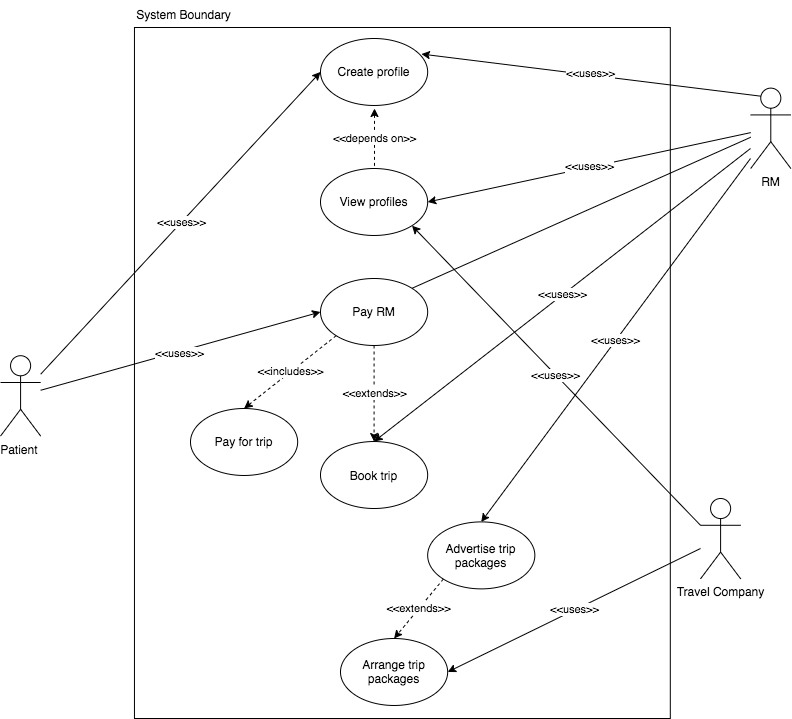
This is isdm use case.png from annabel13540846/ISDM-Assignment-2, a draw.io export, as it was before one commit. Source tidied: cells renumbered, new cells last; positions are measured from the earlier drawing's top-left corner, leaving out a move shared by most shapes. Its diagram source:
```xml
<mxGraphModel background="#ffffff">
  <root>
    <mxCell id="0" />
    <mxCell id="1" parent="0" />
    <mxCell id="2" style="rounded=0;whiteSpace=wrap;html=1;" parent="1" vertex="1">
      <mxGeometry x="134" y="27" width="535.9" height="691" as="geometry" />
    </mxCell>
    <mxCell id="3" value="System Boundary" style="text;html=1;strokeColor=none;fillColor=none;align=center;verticalAlign=middle;whiteSpace=wrap;rounded=0;" parent="1" vertex="1">
      <mxGeometry x="110" y="0.2" width="147.4" height="26.8" as="geometry" />
    </mxCell>
    <mxCell id="4" value="Patient&amp;nbsp;" style="shape=umlActor;verticalLabelPosition=bottom;labelBackgroundColor=#ffffff;verticalAlign=top;html=1;outlineConnect=0;" parent="1" vertex="1">
      <mxGeometry y="355.2" width="40.2" height="80.4" as="geometry" />
    </mxCell>
    <mxCell id="5" value="RM" style="shape=umlActor;verticalLabelPosition=bottom;labelBackgroundColor=#ffffff;verticalAlign=top;html=1;outlineConnect=0;" parent="1" vertex="1">
      <mxGeometry x="750.2" y="87.6" width="40.2" height="80.4" as="geometry" />
    </mxCell>
    <mxCell id="6" style="endArrow=classic;html=1;entryX=0;entryY=0.5;entryDx=0;entryDy=0;" parent="1" edge="1" source="4" target="10">
      <mxGeometry relative="1" as="geometry" />
    </mxCell>
    <mxCell id="7" value="&amp;lt;&amp;lt;uses&amp;gt;&amp;gt;" style="edgeLabel;html=1;align=center;verticalAlign=middle;" parent="6" vertex="1">
      <mxGeometry x="-0.02" y="-1" relative="1" as="geometry" />
    </mxCell>
    <mxCell id="8" value="View profiles" style="ellipse;whiteSpace=wrap;html=1;" parent="1" vertex="1">
      <mxGeometry x="320" y="168" width="107.2" height="67" as="geometry" />
    </mxCell>
    <mxCell id="9" value="Book trip" style="ellipse;whiteSpace=wrap;html=1;" parent="1" vertex="1">
      <mxGeometry x="320" y="441" width="107.2" height="67" as="geometry" />
    </mxCell>
    <mxCell id="10" value="Pay RM" style="ellipse;whiteSpace=wrap;html=1;" parent="1" vertex="1">
      <mxGeometry x="320" y="278" width="107.2" height="67" as="geometry" />
    </mxCell>
    <mxCell id="11" value="Create profile" style="ellipse;whiteSpace=wrap;html=1;" parent="1" vertex="1">
      <mxGeometry x="320" y="38" width="107.2" height="67" as="geometry" />
    </mxCell>
    <mxCell id="12" value="&amp;lt;&amp;lt;depends on&amp;gt;&amp;gt;" style="endArrow=none;dashed=1;html=1;endFill=0;startArrow=classic;startFill=1;" parent="1" edge="1">
      <mxGeometry relative="1" as="geometry">
        <mxPoint x="374" y="108" as="sourcePoint" />
        <mxPoint x="374" y="168" as="targetPoint" />
      </mxGeometry>
    </mxCell>
    <mxCell id="13" value="&amp;lt;&amp;lt;extends&amp;gt;&amp;gt;" style="endArrow=classic;dashed=1;html=1;exitX=0.5;exitY=1;exitDx=0;exitDy=0;entryX=0.5;entryY=0;entryDx=0;entryDy=0;startArrow=none;startFill=0;endFill=1;" parent="1" edge="1" source="10" target="9">
      <mxGeometry relative="1" as="geometry" />
    </mxCell>
    <mxCell id="14" value="&amp;lt;&amp;lt;uses&amp;gt;&amp;gt;" style="endArrow=classic;html=1;entryX=0;entryY=0.5;entryDx=0;entryDy=0;" parent="1" edge="1" source="4" target="11">
      <mxGeometry relative="1" as="geometry" />
    </mxCell>
    <mxCell id="15" style="endArrow=classic;html=1;entryX=1;entryY=0.5;entryDx=0;entryDy=0;" parent="1" edge="1" source="5" target="8">
      <mxGeometry relative="1" as="geometry" />
    </mxCell>
    <mxCell id="16" value="&amp;lt;&amp;lt;uses&amp;gt;&amp;gt;" style="edgeLabel;html=1;align=center;verticalAlign=middle;" parent="15" vertex="1">
      <mxGeometry x="0.01" y="-2" relative="1" as="geometry">
        <mxPoint x="1" as="offset" />
      </mxGeometry>
    </mxCell>
    <mxCell id="17" style="endArrow=none;html=1;entryX=1;entryY=0;entryDx=0;entryDy=0;endFill=0;" parent="1" edge="1" source="5" target="10">
      <mxGeometry relative="1" as="geometry" />
    </mxCell>
    <mxCell id="18" style="endArrow=classic;html=1;entryX=0.942;entryY=0.232;entryDx=0;entryDy=0;entryPerimeter=0;exitX=0.25;exitY=0.1;exitDx=0;exitDy=0;exitPerimeter=0;" parent="1" edge="1" source="5" target="11">
      <mxGeometry relative="1" as="geometry" />
    </mxCell>
    <mxCell id="19" value="&amp;lt;&amp;lt;uses&amp;gt;&amp;gt;" style="edgeLabel;html=1;align=center;verticalAlign=middle;" parent="18" vertex="1">
      <mxGeometry x="0.01" y="-2" relative="1" as="geometry">
        <mxPoint x="1" as="offset" />
      </mxGeometry>
    </mxCell>
    <mxCell id="20" value="Pay for trip" style="ellipse;whiteSpace=wrap;html=1;" parent="1" vertex="1">
      <mxGeometry x="190" y="408" width="107.2" height="67" as="geometry" />
    </mxCell>
    <mxCell id="21" value="&amp;lt;&amp;lt;includes&amp;gt;&amp;gt;" style="endArrow=classic;dashed=1;html=1;exitX=0;exitY=1;exitDx=0;exitDy=0;startArrow=none;startFill=0;endFill=1;entryX=0.5;entryY=0;entryDx=0;entryDy=0;" parent="1" edge="1" source="10" target="20">
      <mxGeometry relative="1" as="geometry" />
    </mxCell>
    <mxCell id="22" value="&amp;lt;&amp;lt;uses&amp;gt;&amp;gt;" style="endArrow=classic;html=1;entryX=0.5;entryY=0;entryDx=0;entryDy=0;" parent="1" edge="1" target="9">
      <mxGeometry relative="1" as="geometry">
        <mxPoint x="750" y="148" as="sourcePoint" />
      </mxGeometry>
    </mxCell>
    <mxCell id="23" value="Travel Company" style="shape=umlActor;verticalLabelPosition=bottom;labelBackgroundColor=#ffffff;verticalAlign=top;html=1;outlineConnect=0;" parent="1" vertex="1">
      <mxGeometry x="700" y="498" width="40.2" height="80.4" as="geometry" />
    </mxCell>
    <mxCell id="24" value="Arrange trip packages" style="ellipse;whiteSpace=wrap;html=1;" parent="1" vertex="1">
      <mxGeometry x="340" y="638" width="107.2" height="67" as="geometry" />
    </mxCell>
    <mxCell id="25" value="Advertise trip packages" style="ellipse;whiteSpace=wrap;html=1;" parent="1" vertex="1">
      <mxGeometry x="427.2" y="521.4" width="107.2" height="67" as="geometry" />
    </mxCell>
    <mxCell id="26" value="&amp;lt;&amp;lt;uses&amp;gt;&amp;gt;" style="endArrow=classic;html=1;entryX=0.5;entryY=0;entryDx=0;entryDy=0;" parent="1" edge="1" target="25">
      <mxGeometry relative="1" as="geometry">
        <mxPoint x="750" y="158" as="sourcePoint" />
      </mxGeometry>
    </mxCell>
    <mxCell id="27" value="&amp;lt;&amp;lt;extends&amp;gt;&amp;gt;" style="endArrow=classic;dashed=1;html=1;exitX=0;exitY=1;exitDx=0;exitDy=0;entryX=0.5;entryY=0;entryDx=0;entryDy=0;startArrow=none;startFill=0;endFill=1;" parent="1" edge="1" source="25" target="24">
      <mxGeometry relative="1" as="geometry" />
    </mxCell>
    <mxCell id="28" value="&amp;lt;&amp;lt;uses&amp;gt;&amp;gt;" style="endArrow=classic;html=1;entryX=1;entryY=0.5;entryDx=0;entryDy=0;" parent="1" edge="1" source="23" target="24">
      <mxGeometry relative="1" as="geometry" />
    </mxCell>
    <mxCell id="29" value="&amp;lt;&amp;lt;uses&amp;gt;&amp;gt;" style="endArrow=classic;html=1;entryX=1;entryY=1;entryDx=0;entryDy=0;exitX=0;exitY=0.3333333333333333;exitDx=0;exitDy=0;exitPerimeter=0;" parent="1" edge="1" source="23" target="8">
      <mxGeometry relative="1" as="geometry" />
    </mxCell>
  </root>
</mxGraphModel>
```
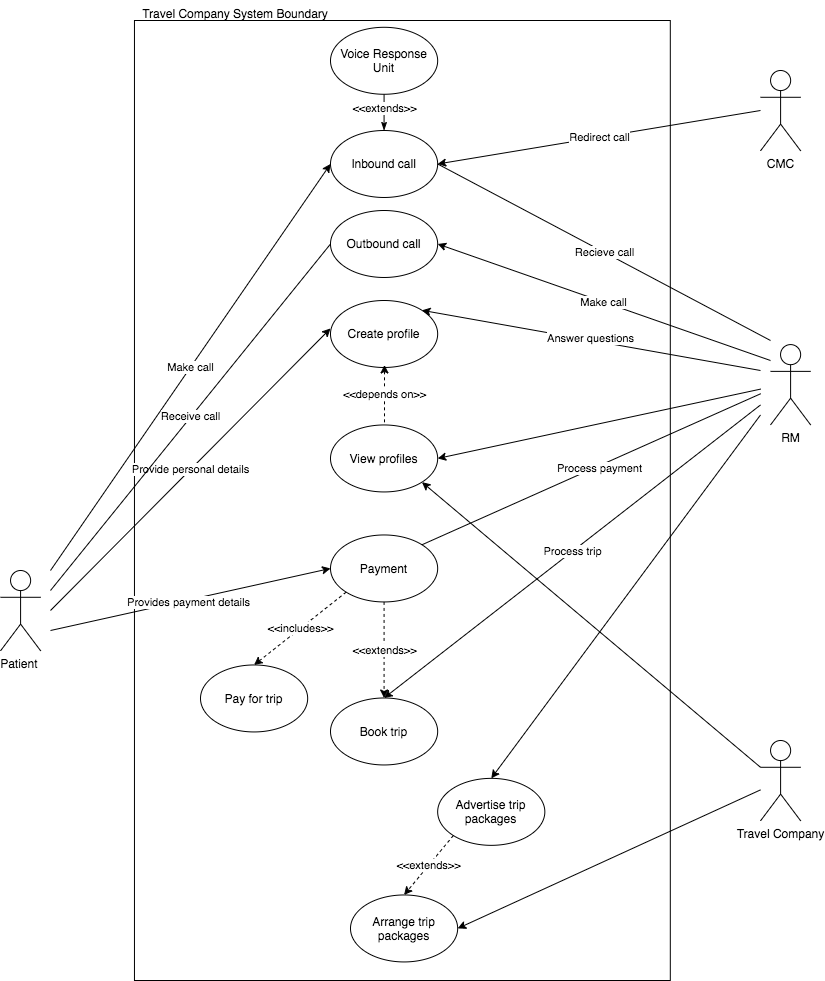
The same file after the commit.

Diff of the diagram source:
```diff
@@ -3,99 +3,151 @@
     <mxCell id="0" />
     <mxCell id="1" parent="0" />
     <mxCell id="2" style="rounded=0;whiteSpace=wrap;html=1;" parent="1" vertex="1">
-      <mxGeometry x="134" y="27" width="535.9" height="691" as="geometry" />
+      <mxGeometry x="134" y="-92" width="535.9" height="960" as="geometry" />
     </mxCell>
-    <mxCell id="3" value="System Boundary" style="text;html=1;strokeColor=none;fillColor=none;align=center;verticalAlign=middle;whiteSpace=wrap;rounded=0;" parent="1" vertex="1">
-      <mxGeometry x="110" y="0.2" width="147.4" height="26.8" as="geometry" />
+    <mxCell id="3" value="Travel Company System Boundary" style="text;html=1;strokeColor=none;fillColor=none;align=center;verticalAlign=middle;whiteSpace=wrap;rounded=0;" parent="1" vertex="1">
+      <mxGeometry x="120" y="-112" width="230" height="26.8" as="geometry" />
     </mxCell>
     <mxCell id="4" value="Patient&amp;nbsp;" style="shape=umlActor;verticalLabelPosition=bottom;labelBackgroundColor=#ffffff;verticalAlign=top;html=1;outlineConnect=0;" parent="1" vertex="1">
-      <mxGeometry y="355.2" width="40.2" height="80.4" as="geometry" />
+      <mxGeometry y="458" width="40.2" height="80.4" as="geometry" />
     </mxCell>
     <mxCell id="5" value="RM" style="shape=umlActor;verticalLabelPosition=bottom;labelBackgroundColor=#ffffff;verticalAlign=top;html=1;outlineConnect=0;" parent="1" vertex="1">
-      <mxGeometry x="750.2" y="87.6" width="40.2" height="80.4" as="geometry" />
+      <mxGeometry x="770" y="232.1" width="40.2" height="80.4" as="geometry" />
     </mxCell>
-    <mxCell id="6" style="endArrow=classic;html=1;entryX=0;entryY=0.5;entryDx=0;entryDy=0;" parent="1" edge="1" source="4" target="10">
-      <mxGeometry relative="1" as="geometry" />
+    <mxCell id="6" style="endArrow=classic;html=1;entryX=0;entryY=0.5;entryDx=0;entryDy=0;" parent="1" edge="1" target="10">
+      <mxGeometry relative="1" as="geometry">
+        <mxPoint x="50" y="518" as="sourcePoint" />
+      </mxGeometry>
     </mxCell>
-    <mxCell id="7" value="&amp;lt;&amp;lt;uses&amp;gt;&amp;gt;" style="edgeLabel;html=1;align=center;verticalAlign=middle;" parent="6" vertex="1">
+    <mxCell id="7" value="Provides payment details" style="edgeLabel;html=1;align=center;verticalAlign=middle;" parent="6" vertex="1">
       <mxGeometry x="-0.02" y="-1" relative="1" as="geometry" />
     </mxCell>
     <mxCell id="8" value="View profiles" style="ellipse;whiteSpace=wrap;html=1;" parent="1" vertex="1">
-      <mxGeometry x="320" y="168" width="107.2" height="67" as="geometry" />
+      <mxGeometry x="330" y="312.5" width="107.2" height="67" as="geometry" />
     </mxCell>
     <mxCell id="9" value="Book trip" style="ellipse;whiteSpace=wrap;html=1;" parent="1" vertex="1">
-      <mxGeometry x="320" y="441" width="107.2" height="67" as="geometry" />
+      <mxGeometry x="330" y="585.5" width="107.2" height="67" as="geometry" />
     </mxCell>
-    <mxCell id="10" value="Pay RM" style="ellipse;whiteSpace=wrap;html=1;" parent="1" vertex="1">
-      <mxGeometry x="320" y="278" width="107.2" height="67" as="geometry" />
+    <mxCell id="10" value="Payment" style="ellipse;whiteSpace=wrap;html=1;" parent="1" vertex="1">
+      <mxGeometry x="330" y="422.5" width="107.2" height="67" as="geometry" />
     </mxCell>
     <mxCell id="11" value="Create profile" style="ellipse;whiteSpace=wrap;html=1;" parent="1" vertex="1">
-      <mxGeometry x="320" y="38" width="107.2" height="67" as="geometry" />
+      <mxGeometry x="330" y="188" width="107.2" height="67" as="geometry" />
     </mxCell>
     <mxCell id="12" value="&amp;lt;&amp;lt;depends on&amp;gt;&amp;gt;" style="endArrow=none;dashed=1;html=1;endFill=0;startArrow=classic;startFill=1;" parent="1" edge="1">
       <mxGeometry relative="1" as="geometry">
-        <mxPoint x="374" y="108" as="sourcePoint" />
-        <mxPoint x="374" y="168" as="targetPoint" />
+        <mxPoint x="384" y="252.5" as="sourcePoint" />
+        <mxPoint x="384" y="312.5" as="targetPoint" />
       </mxGeometry>
     </mxCell>
     <mxCell id="13" value="&amp;lt;&amp;lt;extends&amp;gt;&amp;gt;" style="endArrow=classic;dashed=1;html=1;exitX=0.5;exitY=1;exitDx=0;exitDy=0;entryX=0.5;entryY=0;entryDx=0;entryDy=0;startArrow=none;startFill=0;endFill=1;" parent="1" edge="1" source="10" target="9">
       <mxGeometry relative="1" as="geometry" />
     </mxCell>
-    <mxCell id="14" value="&amp;lt;&amp;lt;uses&amp;gt;&amp;gt;" style="endArrow=classic;html=1;entryX=0;entryY=0.5;entryDx=0;entryDy=0;" parent="1" edge="1" source="4" target="11">
-      <mxGeometry relative="1" as="geometry" />
+    <mxCell id="14" value="Provide personal details" style="endArrow=classic;html=1;entryX=0;entryY=0.5;entryDx=0;entryDy=0;" parent="1" edge="1">
+      <mxGeometry relative="1" as="geometry">
+        <mxPoint x="50" y="498" as="sourcePoint" />
+        <mxPoint x="330" y="216" as="targetPoint" />
+      </mxGeometry>
     </mxCell>
-    <mxCell id="15" style="endArrow=classic;html=1;entryX=1;entryY=0.5;entryDx=0;entryDy=0;" parent="1" edge="1" source="5" target="8">
-      <mxGeometry relative="1" as="geometry" />
+    <mxCell id="15" style="endArrow=classic;html=1;entryX=1;entryY=0.5;entryDx=0;entryDy=0;" parent="1" edge="1" target="8">
+      <mxGeometry relative="1" as="geometry">
+        <mxPoint x="760.2" y="276.6" as="sourcePoint" />
+      </mxGeometry>
     </mxCell>
-    <mxCell id="16" value="&amp;lt;&amp;lt;uses&amp;gt;&amp;gt;" style="edgeLabel;html=1;align=center;verticalAlign=middle;" parent="15" vertex="1">
-      <mxGeometry x="0.01" y="-2" relative="1" as="geometry">
-        <mxPoint x="1" as="offset" />
-      </mxGeometry>
-    </mxCell>
-    <mxCell id="17" style="endArrow=none;html=1;entryX=1;entryY=0;entryDx=0;entryDy=0;endFill=0;" parent="1" edge="1" source="5" target="10">
-      <mxGeometry relative="1" as="geometry" />
+    <mxCell id="17" style="endArrow=none;html=1;entryX=1;entryY=0;entryDx=0;entryDy=0;endFill=0;" parent="1" edge="1" target="10">
+      <mxGeometry relative="1" as="geometry">
+        <mxPoint x="760.2" y="281.2" as="sourcePoint" />
+      </mxGeometry>
     </mxCell>
+    <mxCell id="30" value="Process payment" style="edgeLabel;html=1;align=center;verticalAlign=middle;" parent="17" vertex="1">
+      <mxGeometry x="-0.04" y="1" relative="1" as="geometry" />
+    </mxCell>
-    <mxCell id="18" style="endArrow=classic;html=1;entryX=0.942;entryY=0.232;entryDx=0;entryDy=0;entryPerimeter=0;exitX=0.25;exitY=0.1;exitDx=0;exitDy=0;exitPerimeter=0;" parent="1" edge="1" source="5" target="11">
-      <mxGeometry relative="1" as="geometry" />
+    <mxCell id="18" style="endArrow=classic;html=1;entryX=1;entryY=0;entryDx=0;entryDy=0;" parent="1" edge="1" target="11">
+      <mxGeometry relative="1" as="geometry">
+        <mxPoint x="760" y="258" as="sourcePoint" />
+      </mxGeometry>
     </mxCell>
-    <mxCell id="19" value="&amp;lt;&amp;lt;uses&amp;gt;&amp;gt;" style="edgeLabel;html=1;align=center;verticalAlign=middle;" parent="18" vertex="1">
+    <mxCell id="19" value="Answer questions" style="edgeLabel;html=1;align=center;verticalAlign=middle;" parent="18" vertex="1">
       <mxGeometry x="0.01" y="-2" relative="1" as="geometry">
         <mxPoint x="1" as="offset" />
       </mxGeometry>
     </mxCell>
     <mxCell id="20" value="Pay for trip" style="ellipse;whiteSpace=wrap;html=1;" parent="1" vertex="1">
-      <mxGeometry x="190" y="408" width="107.2" height="67" as="geometry" />
+      <mxGeometry x="200" y="552.5" width="107.2" height="67" as="geometry" />
     </mxCell>
     <mxCell id="21" value="&amp;lt;&amp;lt;includes&amp;gt;&amp;gt;" style="endArrow=classic;dashed=1;html=1;exitX=0;exitY=1;exitDx=0;exitDy=0;startArrow=none;startFill=0;endFill=1;entryX=0.5;entryY=0;entryDx=0;entryDy=0;" parent="1" edge="1" source="10" target="20">
       <mxGeometry relative="1" as="geometry" />
     </mxCell>
-    <mxCell id="22" value="&amp;lt;&amp;lt;uses&amp;gt;&amp;gt;" style="endArrow=classic;html=1;entryX=0.5;entryY=0;entryDx=0;entryDy=0;" parent="1" edge="1" target="9">
+    <mxCell id="22" value="Process trip" style="endArrow=classic;html=1;entryX=0.5;entryY=0;entryDx=0;entryDy=0;" parent="1" edge="1" target="9">
       <mxGeometry relative="1" as="geometry">
-        <mxPoint x="750" y="148" as="sourcePoint" />
+        <mxPoint x="760" y="292.5" as="sourcePoint" />
       </mxGeometry>
     </mxCell>
     <mxCell id="23" value="Travel Company" style="shape=umlActor;verticalLabelPosition=bottom;labelBackgroundColor=#ffffff;verticalAlign=top;html=1;outlineConnect=0;" parent="1" vertex="1">
-      <mxGeometry x="700" y="498" width="40.2" height="80.4" as="geometry" />
+      <mxGeometry x="760" y="628" width="40.2" height="80.4" as="geometry" />
     </mxCell>
     <mxCell id="24" value="Arrange trip packages" style="ellipse;whiteSpace=wrap;html=1;" parent="1" vertex="1">
-      <mxGeometry x="340" y="638" width="107.2" height="67" as="geometry" />
+      <mxGeometry x="350" y="782.5" width="107.2" height="67" as="geometry" />
     </mxCell>
     <mxCell id="25" value="Advertise trip packages" style="ellipse;whiteSpace=wrap;html=1;" parent="1" vertex="1">
-      <mxGeometry x="427.2" y="521.4" width="107.2" height="67" as="geometry" />
+      <mxGeometry x="437.2" y="665.9" width="107.2" height="67" as="geometry" />
     </mxCell>
-    <mxCell id="26" value="&amp;lt;&amp;lt;uses&amp;gt;&amp;gt;" style="endArrow=classic;html=1;entryX=0.5;entryY=0;entryDx=0;entryDy=0;" parent="1" edge="1" target="25">
+    <mxCell id="26" style="endArrow=classic;html=1;entryX=0.5;entryY=0;entryDx=0;entryDy=0;" parent="1" edge="1" target="25">
       <mxGeometry relative="1" as="geometry">
-        <mxPoint x="750" y="158" as="sourcePoint" />
+        <mxPoint x="760" y="302.5" as="sourcePoint" />
       </mxGeometry>
     </mxCell>
     <mxCell id="27" value="&amp;lt;&amp;lt;extends&amp;gt;&amp;gt;" style="endArrow=classic;dashed=1;html=1;exitX=0;exitY=1;exitDx=0;exitDy=0;entryX=0.5;entryY=0;entryDx=0;entryDy=0;startArrow=none;startFill=0;endFill=1;" parent="1" edge="1" source="25" target="24">
       <mxGeometry relative="1" as="geometry" />
     </mxCell>
-    <mxCell id="28" value="&amp;lt;&amp;lt;uses&amp;gt;&amp;gt;" style="endArrow=classic;html=1;entryX=1;entryY=0.5;entryDx=0;entryDy=0;" parent="1" edge="1" source="23" target="24">
+    <mxCell id="28" style="endArrow=classic;html=1;entryX=1;entryY=0.5;entryDx=0;entryDy=0;" parent="1" edge="1" source="23" target="24">
       <mxGeometry relative="1" as="geometry" />
     </mxCell>
-    <mxCell id="29" value="&amp;lt;&amp;lt;uses&amp;gt;&amp;gt;" style="endArrow=classic;html=1;entryX=1;entryY=1;entryDx=0;entryDy=0;exitX=0;exitY=0.3333333333333333;exitDx=0;exitDy=0;exitPerimeter=0;" parent="1" edge="1" source="23" target="8">
+    <mxCell id="29" style="endArrow=classic;html=1;entryX=1;entryY=1;entryDx=0;entryDy=0;exitX=0;exitY=0.3333333333333333;exitDx=0;exitDy=0;exitPerimeter=0;" parent="1" edge="1" source="23" target="8">
       <mxGeometry relative="1" as="geometry" />
     </mxCell>
+    <mxCell id="31" value="CMC" style="shape=umlActor;verticalLabelPosition=bottom;labelBackgroundColor=#ffffff;verticalAlign=top;html=1;" parent="1" vertex="1">
+      <mxGeometry x="760" y="-42" width="40.2" height="80.4" as="geometry" />
+    </mxCell>
+    <mxCell id="32" value="Outbound call" style="ellipse;whiteSpace=wrap;html=1;" parent="1" vertex="1">
+      <mxGeometry x="330" y="98" width="107.2" height="67" as="geometry" />
+    </mxCell>
+    <mxCell id="33" value="Inbound call" style="ellipse;whiteSpace=wrap;html=1;" parent="1" vertex="1">
+      <mxGeometry x="330" y="18" width="107.2" height="67" as="geometry" />
+    </mxCell>
+    <mxCell id="34" style="edgeStyle=orthogonalEdgeStyle;rounded=0;jettySize=auto;html=1;exitX=0.5;exitY=1;exitDx=0;exitDy=0;entryX=0.5;entryY=0;entryDx=0;entryDy=0;endArrow=classicThin;endFill=1;" parent="1" edge="1" source="36" target="33">
+      <mxGeometry relative="1" as="geometry" />
+    </mxCell>
+    <mxCell id="35" value="&amp;lt;&amp;lt;extends&amp;gt;&amp;gt;" style="edgeLabel;html=1;align=center;verticalAlign=middle;" parent="34" vertex="1">
+      <mxGeometry x="-0.23" relative="1" as="geometry" />
+    </mxCell>
+    <mxCell id="36" value="Voice Response Unit" style="ellipse;whiteSpace=wrap;html=1;" parent="1" vertex="1">
+      <mxGeometry x="330" y="-85.2" width="107.2" height="67" as="geometry" />
+    </mxCell>
+    <mxCell id="37" value="Redirect call" style="endArrow=classic;html=1;entryX=1;entryY=0.5;entryDx=0;entryDy=0;" parent="1" edge="1" target="33">
+      <mxGeometry relative="1" as="geometry">
+        <mxPoint x="760" y="-2" as="sourcePoint" />
+      </mxGeometry>
+    </mxCell>
+    <mxCell id="38" value="Make call" style="endArrow=classic;html=1;entryX=1;entryY=0.5;entryDx=0;entryDy=0;" parent="1" edge="1" target="32">
+      <mxGeometry relative="1" as="geometry">
+        <mxPoint x="770" y="248" as="sourcePoint" />
+      </mxGeometry>
+    </mxCell>
+    <mxCell id="39" value="Recieve call" style="endArrow=none;html=1;exitX=1;exitY=0.5;exitDx=0;exitDy=0;endFill=0;" parent="1" edge="1" source="33">
+      <mxGeometry relative="1" as="geometry">
+        <mxPoint x="770" y="228" as="targetPoint" />
+      </mxGeometry>
+    </mxCell>
+    <mxCell id="40" value="Make call" style="endArrow=classic;html=1;entryX=0;entryY=0.5;entryDx=0;entryDy=0;" parent="1" edge="1" target="33">
+      <mxGeometry relative="1" as="geometry">
+        <mxPoint x="50" y="458" as="sourcePoint" />
+      </mxGeometry>
+    </mxCell>
+    <mxCell id="41" value="Receive call" style="endArrow=none;html=1;entryX=0;entryY=0.5;entryDx=0;entryDy=0;endFill=0;" parent="1" edge="1" target="32">
+      <mxGeometry relative="1" as="geometry">
+        <mxPoint x="50" y="478" as="sourcePoint" />
+      </mxGeometry>
+    </mxCell>
   </root>
 </mxGraphModel>
```
